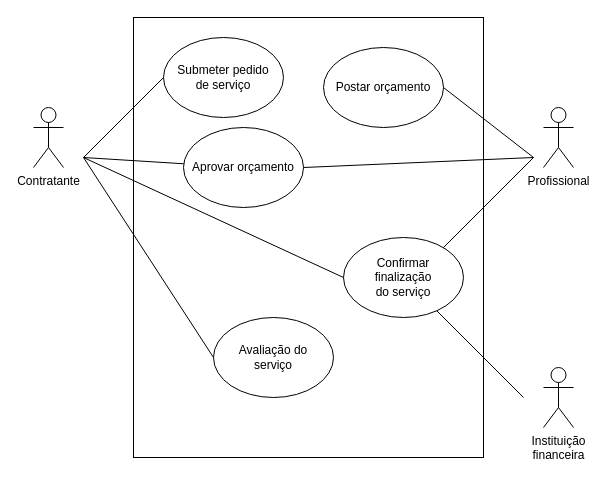
agleizer/EngSoft_Proj keeps this draw.io diagram as casos de uso/CasosDeUso_04_03.drawio. Above is the earlier version. Source tidied: cells renumbered, new cells numbered last; positions are measured from the earlier drawing's top-left corner, leaving out a move shared by most shapes. Both pictures are drawn from the tidied source at 100%, with x=0, y=0 at pixel (33, 17).
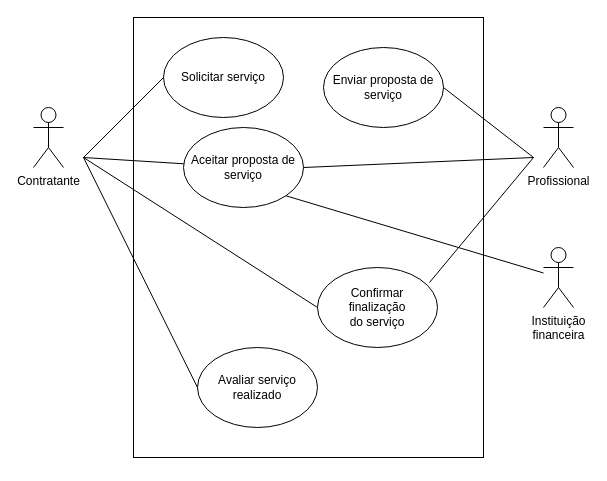
Above is the later version.

Commit message (it also covers changes not shown here):
ajustes após feedback 02/04 - novos diagramas de classe e estado

Diff of the diagram source:
```diff
@@
-    <mxCell id="3" value="&lt;div&gt;Submeter pedido&lt;/div&gt;&lt;div&gt;de serviço&lt;/div&gt;" style="ellipse;whiteSpace=wrap;html=1;" parent="1" vertex="1">
+    <mxCell id="3" value="Solicitar serviço" style="ellipse;whiteSpace=wrap;html=1;" parent="1" vertex="1">
       <mxGeometry x="130" y="20" width="120" height="80" as="geometry" />
     </mxCell>
-    <mxCell id="4" value="Aprovar orçamento" style="ellipse;whiteSpace=wrap;html=1;" parent="1" vertex="1">
+    <mxCell id="4" value="Aceitar proposta de serviço" style="ellipse;whiteSpace=wrap;html=1;" parent="1" vertex="1">
       <mxGeometry x="150" y="110" width="120" height="80" as="geometry" />
     </mxCell>
-    <mxCell id="5" value="Postar orçamento" style="ellipse;whiteSpace=wrap;html=1;" parent="1" vertex="1">
+    <mxCell id="5" value="Enviar proposta de serviço" style="ellipse;whiteSpace=wrap;html=1;" parent="1" vertex="1">
       <mxGeometry x="290" y="30" width="120" height="80" as="geometry" />
     </mxCell>
     <mxCell id="6" value="Confirmar&lt;br&gt;finalização&lt;br&gt;do serviço" style="ellipse;whiteSpace=wrap;html=1;" parent="1" vertex="1">
-      <mxGeometry x="310" y="220" width="120" height="80" as="geometry" />
+      <mxGeometry x="284" y="250" width="120" height="80" as="geometry" />
     </mxCell>
-    <mxCell id="7" value="Avaliação do&lt;br&gt;serviço" style="ellipse;whiteSpace=wrap;html=1;" parent="1" vertex="1">
-      <mxGeometry x="180" y="300" width="120" height="80" as="geometry" />
+    <mxCell id="7" value="Avaliar serviço realizado" style="ellipse;whiteSpace=wrap;html=1;" parent="1" vertex="1">
+      <mxGeometry x="164" y="330" width="120" height="80" as="geometry" />
     </mxCell>
@@
     <mxCell id="10" value="Instituição&lt;div&gt;financeira&lt;/div&gt;" style="shape=umlActor;verticalLabelPosition=bottom;verticalAlign=top;html=1;outlineConnect=0;" parent="1" vertex="1">
-      <mxGeometry x="510" y="350" width="30" height="60" as="geometry" />
+      <mxGeometry x="510" y="230" width="30" height="60" as="geometry" />
     </mxCell>
@@
-    <mxCell id="17" style="endArrow=none;html=1;rounded=0;" parent="1" edge="1" source="6">
-      <mxGeometry relative="1" as="geometry">
-        <mxPoint x="490" y="380" as="targetPoint" />
-      </mxGeometry>
+    <mxCell id="17" style="endArrow=none;html=1;rounded=0;exitX=1;exitY=1;exitDx=0;exitDy=0;" parent="1" edge="1" source="4" target="10">
+      <mxGeometry relative="1" as="geometry" />
     </mxCell>
-    <mxCell id="18" style="endArrow=none;html=1;rounded=0;exitX=1;exitY=0.5;exitDx=0;exitDy=0;" parent="1" edge="1">
+    <mxCell id="18" style="endArrow=none;html=1;rounded=0;exitX=0.933;exitY=0.188;exitDx=0;exitDy=0;exitPerimeter=0;" parent="1" edge="1" source="6">
       <mxGeometry relative="1" as="geometry">
-        <mxPoint x="410" y="230" as="sourcePoint" />
         <mxPoint x="500" y="140" as="targetPoint" />
       </mxGeometry>
     </mxCell>
```
